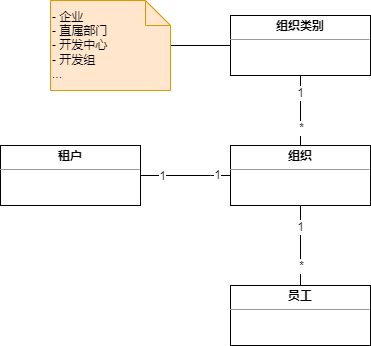
Earlier version of the draw.io export 手把手教你落地DDD.drawio.png (SparkLee/draw-io). Source tidied: cells renumbered, new cells last; positions are measured from the earlier drawing's top-left corner, leaving out a move shared by most shapes.
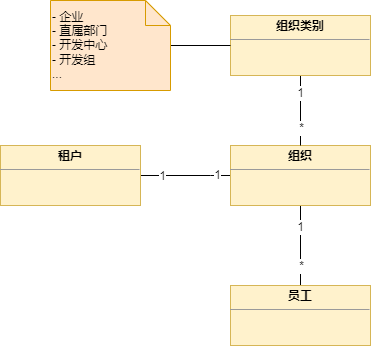
Later version of the same file.

Commit message:
更新手把手教你落地DDD.drawio.png

What changed in the source:
```diff
@@ -15,7 +15,7 @@
         <mxPoint x="14" as="offset" />
       </mxGeometry>
     </mxCell>
-    <mxCell id="4" value="&lt;p style=&quot;margin:0px;margin-top:4px;text-align:center;&quot;&gt;&lt;b&gt;租户&lt;/b&gt;&lt;/p&gt;&lt;hr size=&quot;1&quot;&gt;&lt;div style=&quot;height:2px;&quot;&gt;&lt;/div&gt;" style="verticalAlign=top;align=left;overflow=fill;fontSize=12;fontFamily=Helvetica;html=1;rounded=0;shadow=0;glass=0;sketch=0;strokeColor=#000000;fillColor=#FFFFFF;gradientColor=none;" parent="1" vertex="1">
+    <mxCell id="4" value="&lt;p style=&quot;margin:0px;margin-top:4px;text-align:center;&quot;&gt;&lt;b&gt;租户&lt;/b&gt;&lt;/p&gt;&lt;hr size=&quot;1&quot;&gt;&lt;div style=&quot;height:2px;&quot;&gt;&lt;/div&gt;" style="verticalAlign=top;align=left;overflow=fill;fontSize=12;fontFamily=Helvetica;html=1;rounded=0;shadow=0;glass=0;sketch=0;strokeColor=#d6b656;fillColor=#fff2cc;" parent="1" vertex="1">
       <mxGeometry y="145" width="140" height="60" as="geometry" />
     </mxCell>
     <mxCell id="5" value="1" style="edgeStyle=orthogonalEdgeStyle;rounded=0;jettySize=auto;html=1;exitX=0.5;exitY=1;exitDx=0;exitDy=0;entryX=0.5;entryY=0;entryDx=0;entryDy=0;endArrow=none;endFill=0;" parent="1" edge="1" source="7" target="8">
@@ -31,10 +31,10 @@
         <mxPoint x="1" y="-6" as="offset" />
       </mxGeometry>
     </mxCell>
-    <mxCell id="7" value="&lt;p style=&quot;margin:0px;margin-top:4px;text-align:center;&quot;&gt;&lt;b&gt;组织&lt;/b&gt;&lt;/p&gt;&lt;hr size=&quot;1&quot;&gt;&lt;div style=&quot;height:2px;&quot;&gt;&lt;/div&gt;" style="verticalAlign=top;align=left;overflow=fill;fontSize=12;fontFamily=Helvetica;html=1;rounded=0;shadow=0;glass=0;sketch=0;strokeColor=#000000;fillColor=#FFFFFF;gradientColor=none;" parent="1" vertex="1">
+    <mxCell id="7" value="&lt;p style=&quot;margin:0px;margin-top:4px;text-align:center;&quot;&gt;&lt;b&gt;组织&lt;/b&gt;&lt;/p&gt;&lt;hr size=&quot;1&quot;&gt;&lt;div style=&quot;height:2px;&quot;&gt;&lt;/div&gt;" style="verticalAlign=top;align=left;overflow=fill;fontSize=12;fontFamily=Helvetica;html=1;rounded=0;shadow=0;glass=0;sketch=0;strokeColor=#d6b656;fillColor=#fff2cc;" parent="1" vertex="1">
       <mxGeometry x="230" y="145" width="140" height="60" as="geometry" />
     </mxCell>
-    <mxCell id="8" value="&lt;p style=&quot;margin:0px;margin-top:4px;text-align:center;&quot;&gt;&lt;b&gt;员工&lt;/b&gt;&lt;/p&gt;&lt;hr size=&quot;1&quot;&gt;&lt;div style=&quot;height:2px;&quot;&gt;&lt;/div&gt;" style="verticalAlign=top;align=left;overflow=fill;fontSize=12;fontFamily=Helvetica;html=1;rounded=0;shadow=0;glass=0;sketch=0;strokeColor=#000000;fillColor=#FFFFFF;gradientColor=none;" parent="1" vertex="1">
+    <mxCell id="8" value="&lt;p style=&quot;margin:0px;margin-top:4px;text-align:center;&quot;&gt;&lt;b&gt;员工&lt;/b&gt;&lt;/p&gt;&lt;hr size=&quot;1&quot;&gt;&lt;div style=&quot;height:2px;&quot;&gt;&lt;/div&gt;" style="verticalAlign=top;align=left;overflow=fill;fontSize=12;fontFamily=Helvetica;html=1;rounded=0;shadow=0;glass=0;sketch=0;strokeColor=#d6b656;fillColor=#fff2cc;" parent="1" vertex="1">
       <mxGeometry x="230" y="285" width="140" height="60" as="geometry" />
     </mxCell>
     <mxCell id="9" value="1" style="edgeStyle=orthogonalEdgeStyle;rounded=0;jettySize=auto;html=1;exitX=0.5;exitY=1;exitDx=0;exitDy=0;endArrow=none;endFill=0;" parent="1" edge="1" source="11" target="7">
@@ -45,7 +45,7 @@
         <mxPoint y="-8" as="offset" />
       </mxGeometry>
     </mxCell>
-    <mxCell id="11" value="&lt;p style=&quot;margin:0px;margin-top:4px;text-align:center;&quot;&gt;&lt;b&gt;组织类别&lt;/b&gt;&lt;/p&gt;&lt;hr size=&quot;1&quot;&gt;&lt;div style=&quot;height:2px;&quot;&gt;&lt;/div&gt;" style="verticalAlign=top;align=left;overflow=fill;fontSize=12;fontFamily=Helvetica;html=1;rounded=0;shadow=0;glass=0;sketch=0;strokeColor=#000000;fillColor=#FFFFFF;gradientColor=none;" parent="1" vertex="1">
+    <mxCell id="11" value="&lt;p style=&quot;margin:0px;margin-top:4px;text-align:center;&quot;&gt;&lt;b&gt;组织类别&lt;/b&gt;&lt;/p&gt;&lt;hr size=&quot;1&quot;&gt;&lt;div style=&quot;height:2px;&quot;&gt;&lt;/div&gt;" style="verticalAlign=top;align=left;overflow=fill;fontSize=12;fontFamily=Helvetica;html=1;rounded=0;shadow=0;glass=0;sketch=0;strokeColor=#d6b656;fillColor=#fff2cc;" parent="1" vertex="1">
       <mxGeometry x="230" y="15" width="140" height="60" as="geometry" />
     </mxCell>
     <mxCell id="12" style="edgeStyle=orthogonalEdgeStyle;rounded=0;jettySize=auto;html=1;endArrow=none;endFill=0;" parent="1" edge="1" source="13" target="11">
```
